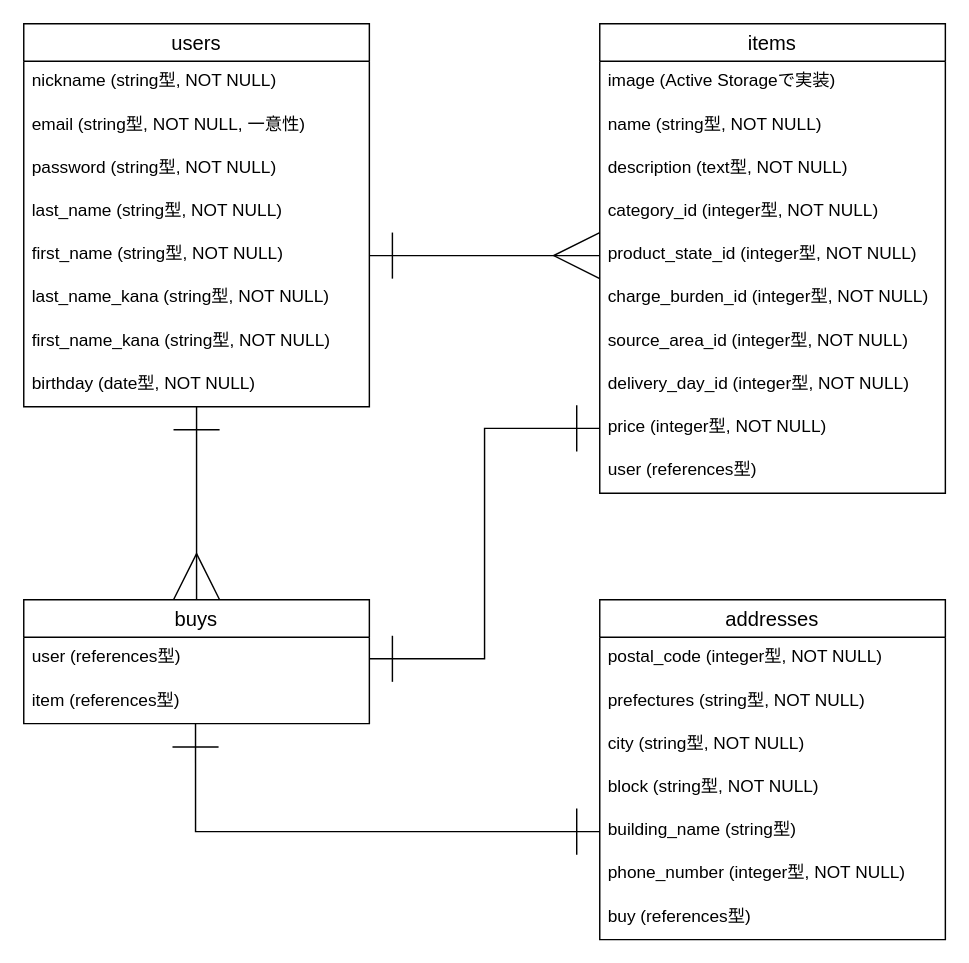
Before: ER.dio in tsuyoponta/furima-32375, a draw.io diagram. Source tidied: cells renumbered, new cells numbered last; positions are measured from the earlier drawing's top-left corner, leaving out a move shared by most shapes. Both pictures are drawn from the tidied source at 144%, with x=0, y=0 at pixel (23, 23).
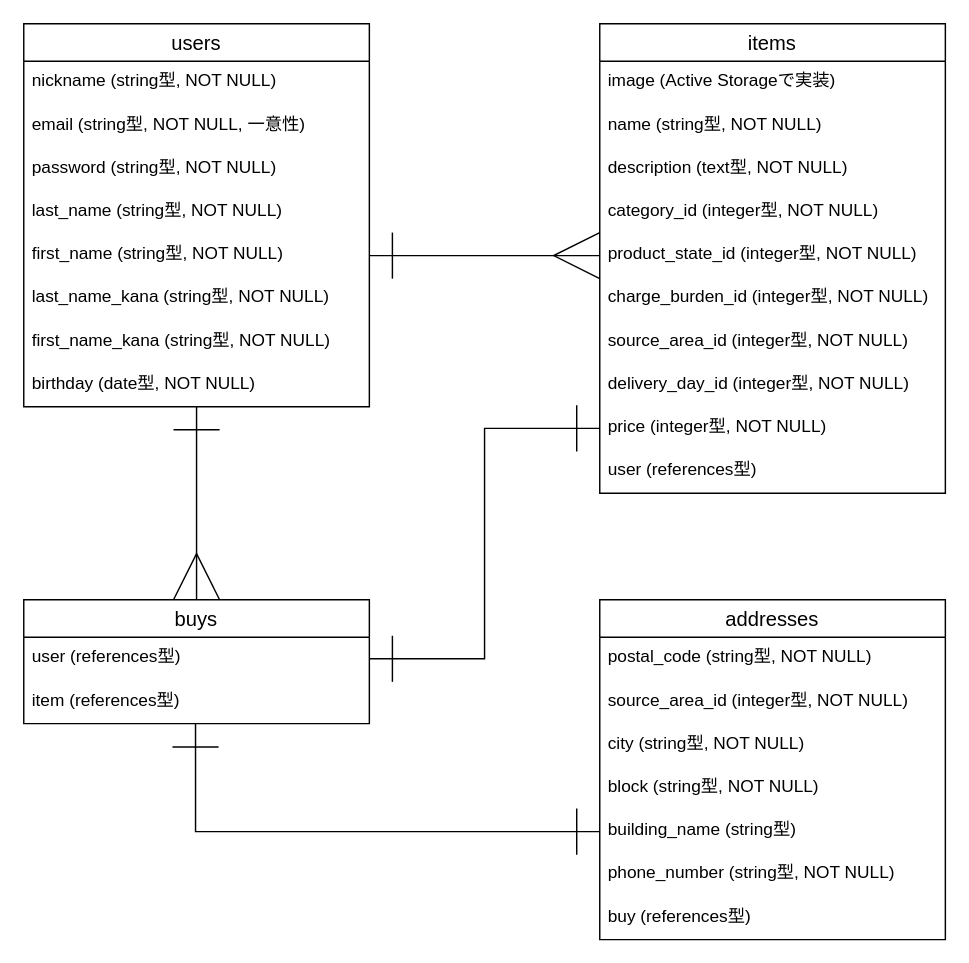
The same diagram, later.

Commit message (it also covers changes not shown here):
ログアウト機能の実装

Unchanged cells that the change refers to:
```xml
<mxCell id="28" value="addresses" style="swimlane;fontStyle=0;horizontal=1;startSize=26;align=center;fontSize=14;" parent="1" vertex="1">
  <mxGeometry x="400" y="400" width="240" height="236" as="geometry" />
</mxCell>
```

Diff of the diagram source:
```diff
@@
-    <mxCell id="29" value="postal_code (integer型, NOT NULL)" style="text;strokeColor=none;fillColor=none;spacingLeft=4;spacingRight=4;overflow=hidden;fontSize=12;" parent="28" vertex="1">
+    <mxCell id="29" value="postal_code (string型, NOT NULL)" style="text;strokeColor=none;fillColor=none;spacingLeft=4;spacingRight=4;overflow=hidden;fontSize=12;" parent="28" vertex="1">
       <mxGeometry y="26" width="240" height="30" as="geometry" />
     </mxCell>
-    <mxCell id="30" value="prefectures (string型, NOT NULL)" style="text;strokeColor=none;fillColor=none;spacingLeft=4;spacingRight=4;overflow=hidden;fontSize=12;" parent="28" vertex="1">
+    <mxCell id="30" value="source_area_id (integer型, NOT NULL)" style="text;strokeColor=none;fillColor=none;spacingLeft=4;spacingRight=4;overflow=hidden;fontSize=12;" parent="28" vertex="1">
       <mxGeometry y="56" width="240" height="30" as="geometry" />
     </mxCell>
@@
-    <mxCell id="34" value="phone_number (integer型, NOT NULL)" style="text;strokeColor=none;fillColor=none;spacingLeft=4;spacingRight=4;overflow=hidden;fontSize=12;" parent="28" vertex="1">
+    <mxCell id="34" value="phone_number (string型, NOT NULL)" style="text;strokeColor=none;fillColor=none;spacingLeft=4;spacingRight=4;overflow=hidden;fontSize=12;" parent="28" vertex="1">
       <mxGeometry y="176" width="240" height="30" as="geometry" />
     </mxCell>
```
